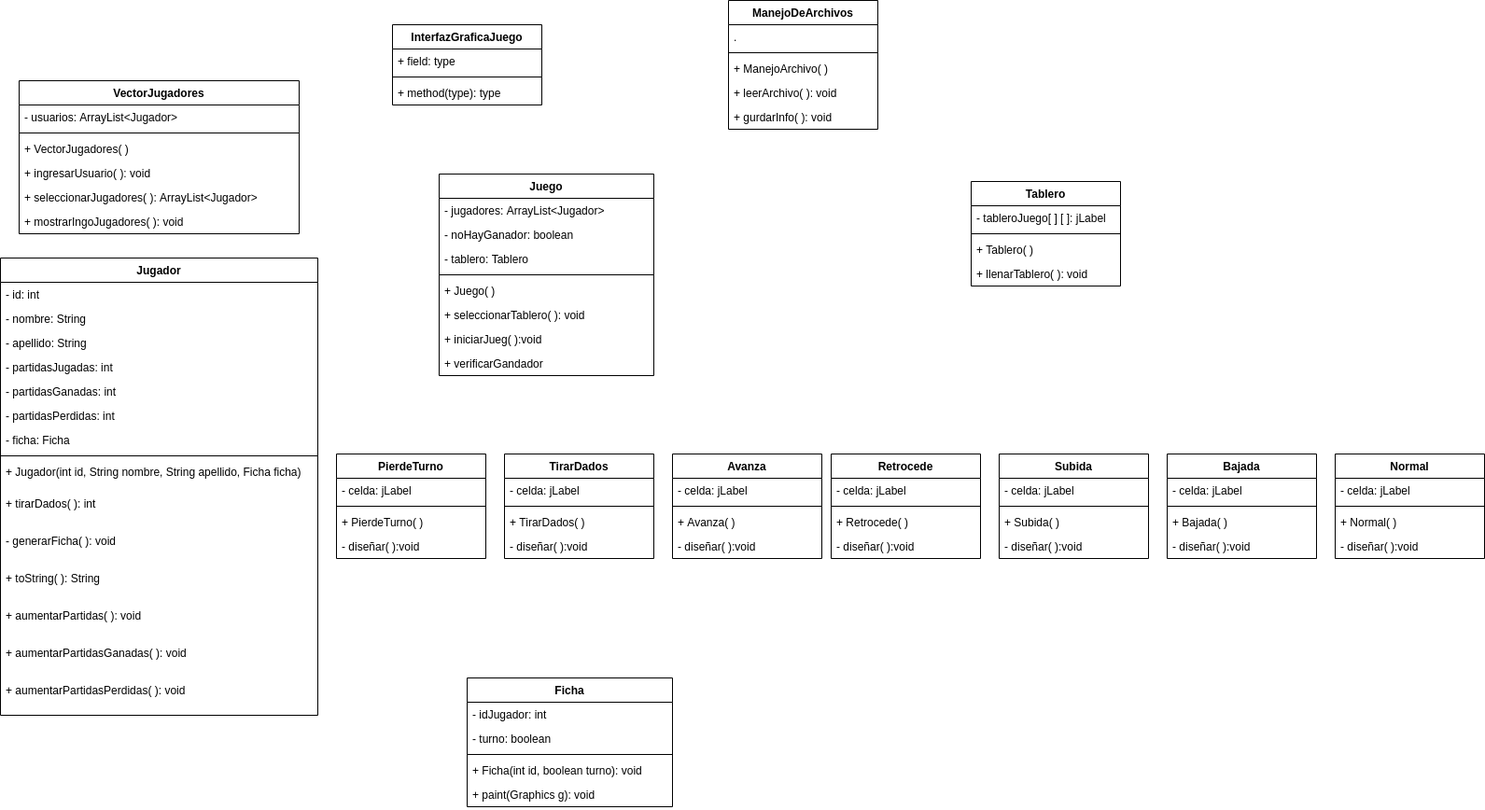
Before: Proyecto Final.png, a diagram exported from draw.io (Pabloluis10/Escaleras-y-Serpientes). Source tidied: cells renumbered, new cells last; positions are measured from the earlier drawing's top-left corner, leaving out a move shared by most shapes.
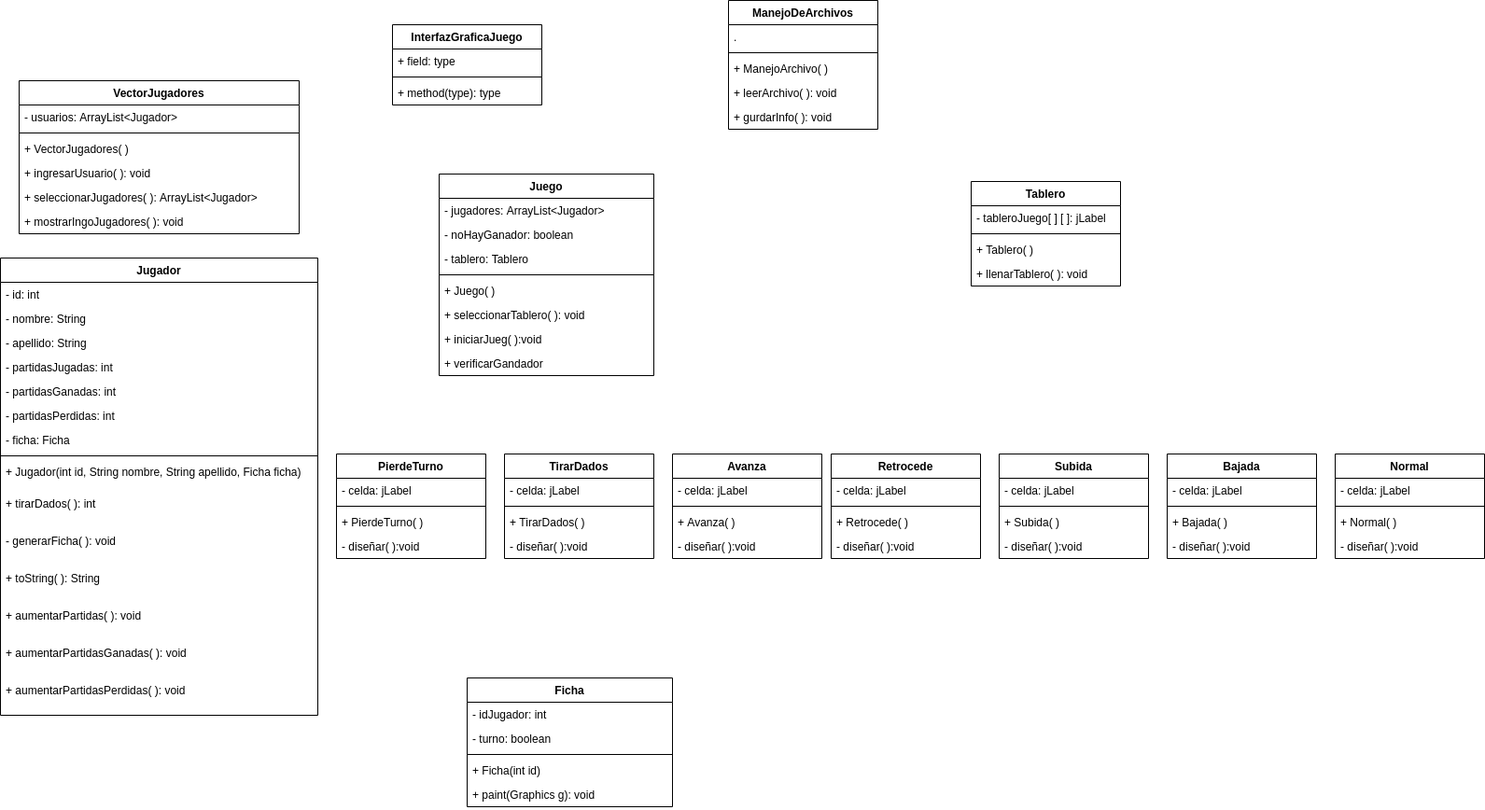
After the change.

Commit message:
Agregue la clase VectorJugadores.java

Diff of the diagram source:
```diff
@@ -62,7 +62,7 @@
     <mxCell id="21" style="line;strokeWidth=1;fillColor=none;align=left;verticalAlign=middle;spacingTop=-1;spacingLeft=3;spacingRight=3;labelPosition=right;" parent="18" vertex="1">
       <mxGeometry y="78" width="220" height="8" as="geometry" />
     </mxCell>
-    <mxCell id="22" value="+ Ficha(int id, boolean turno): void" style="text;strokeColor=none;fillColor=none;align=left;verticalAlign=top;spacingLeft=4;spacingRight=4;overflow=hidden;" parent="18" vertex="1">
+    <mxCell id="22" value="+ Ficha(int id)" style="text;strokeColor=none;fillColor=none;align=left;verticalAlign=top;spacingLeft=4;spacingRight=4;overflow=hidden;" parent="18" vertex="1">
       <mxGeometry y="86" width="220" height="26" as="geometry" />
     </mxCell>
     <mxCell id="23" value="+ paint(Graphics g): void" style="text;strokeColor=none;fillColor=none;align=left;verticalAlign=top;spacingLeft=4;spacingRight=4;overflow=hidden;" parent="18" vertex="1">
```
